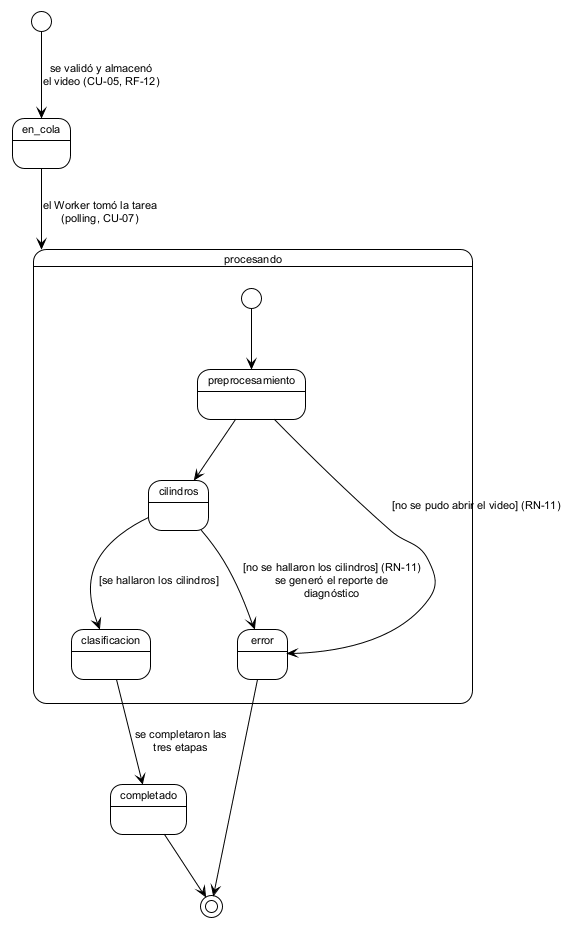
Earlier version of the PlantUML export figures/mermaid/estados_analisis.png (ErickJester/fst-ai-system-latex).
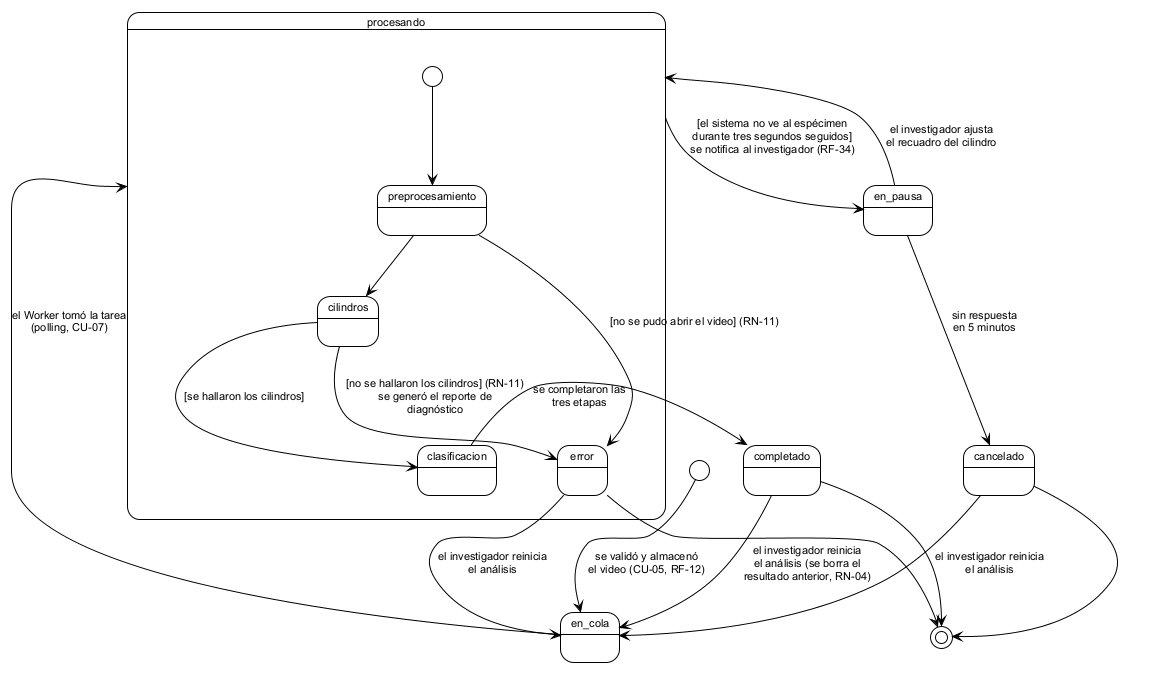
After the commit.

Change to the diagram source:
```diff
@@ -17,7 +17,16 @@
 cilindros --> error : [no se hallaron los cilindros] (RN-11)\nse generó el reporte de\ndiagnóstico
 clasificacion --> completado : se completaron las\ntres etapas
 
+procesando --> en_pausa : [el sistema no ve al espécimen\ndurante tres segundos seguidos]\nse notifica al investigador (RF-34)
+en_pausa --> procesando : el investigador ajusta\nel recuadro del cilindro
+en_pausa --> cancelado : sin respuesta\nen 5 minutos
+
+completado --> en_cola : el investigador reinicia\nel análisis (se borra el\nresultado anterior, RN-04)
+error --> en_cola : el investigador reinicia\nel análisis
+cancelado --> en_cola : el investigador reinicia\nel análisis
+
 completado --> [*]
 error --> [*]
+cancelado --> [*]
 
 @enduml
```
